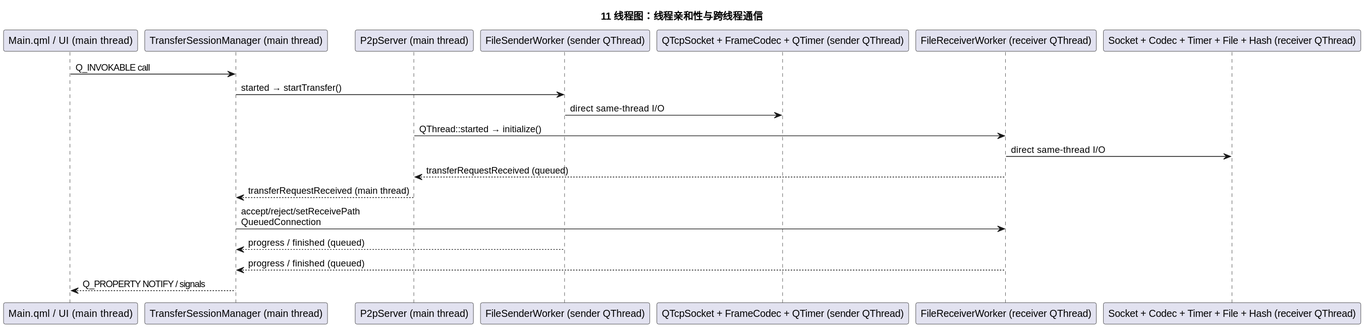
Above: doc/diagrams/rendered/11-线程图-线程亲和性与跨线程通信.svg in Gsheep0729/GridYard (PlantUML), before the change.
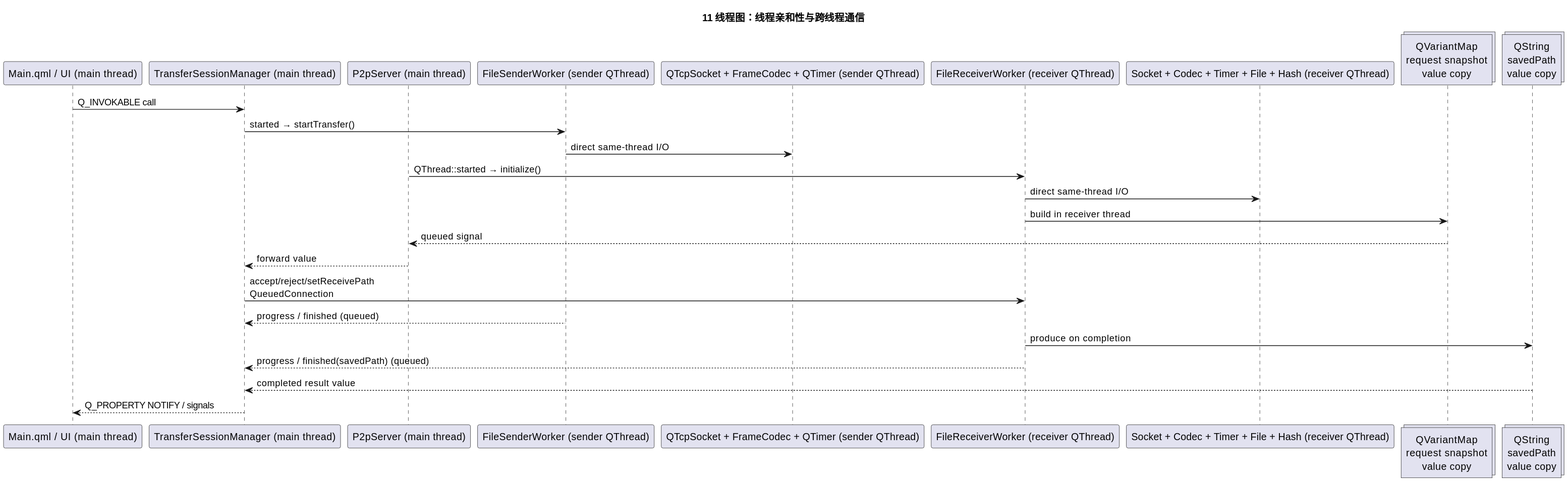
After the change.

Diff of the diagram source:
```diff
@@ -7,15 +7,20 @@
 participant "QTcpSocket + FrameCodec + QTimer (sender QThread)" as SenderIo
 participant "FileReceiverWorker (receiver QThread)" as Receiver
 participant "Socket + Codec + Timer + File + Hash (receiver QThread)" as ReceiverIo
+collections "QVariantMap\nrequest snapshot\nvalue copy" as Request
+collections "QString\nsavedPath\nvalue copy" as Result
 MainUi -> Tsm : Q_INVOKABLE call
 Tsm -> Sender : started → startTransfer()
 Sender -> SenderIo : direct same-thread I/O
 P2p -> Receiver : QThread::started → initialize()
 Receiver -> ReceiverIo : direct same-thread I/O
-Receiver --> P2p : transferRequestReceived (queued)
-P2p --> Tsm : transferRequestReceived (main thread)
+Receiver -> Request : build in receiver thread
+Request --> P2p : queued signal
+P2p --> Tsm : forward value
 Tsm -> Receiver : accept/reject/setReceivePath\nQueuedConnection
 Sender --> Tsm : progress / finished (queued)
-Receiver --> Tsm : progress / finished (queued)
+Receiver -> Result : produce on completion
+Receiver --> Tsm : progress / finished(savedPath) (queued)
+Result --> Tsm : completed result value
 Tsm --> MainUi : Q_PROPERTY NOTIFY / signals
 @enduml
```
